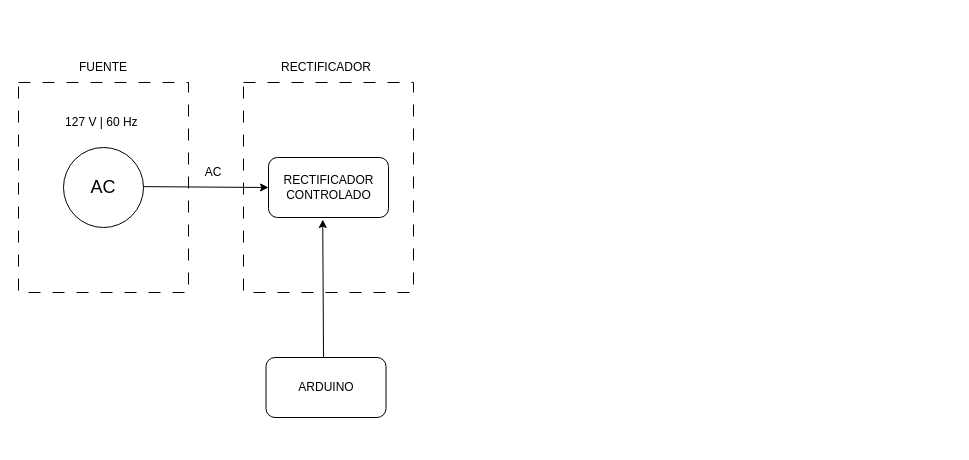
This is Diagrama sin título.drawio from PPcampt/Control-Rectifier, a draw.io file, before an edit. Source tidied: cells renumbered, new cells numbered last; positions are measured from the earlier drawing's top-left corner, leaving out a move shared by most shapes. Both pictures are drawn from the tidied source at 100%, with x=0, y=0 at pixel (18, 52).
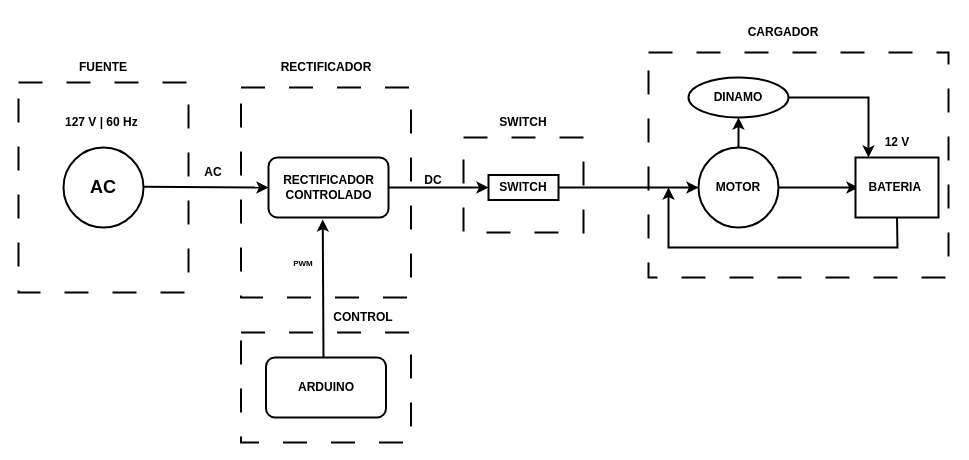
Above is the later version.

Commit message:
Block-diagramdrawio

Change to the diagram source:
```diff
@@
-    <mxCell id="2" style="rounded=0;whiteSpace=wrap;html=1;glass=0;fillColor=none;dashed=1;dashPattern=12 12;" parent="1" vertex="1">
+    <mxCell id="2" style="rounded=0;whiteSpace=wrap;html=1;glass=0;fillColor=none;dashed=1;dashPattern=12 12;fontStyle=1;strokeWidth=2;labelBackgroundColor=#FFFFFF;labelBorderColor=none;" parent="1" vertex="1">
       <mxGeometry y="30" width="170" height="210" as="geometry" />
     </mxCell>
-    <mxCell id="3" value="127 V | 60 Hz&amp;nbsp;" style="text;html=1;strokeColor=none;fillColor=none;align=center;verticalAlign=middle;whiteSpace=wrap;rounded=0;" parent="1" vertex="1">
-      <mxGeometry x="30" y="55" width="110" height="30" as="geometry" />
+    <mxCell id="3" value="12 V" style="text;html=1;strokeColor=none;fillColor=none;align=center;verticalAlign=middle;whiteSpace=wrap;rounded=0;fontStyle=1;strokeWidth=2;labelBackgroundColor=#FFFFFF;labelBorderColor=none;" parent="1" vertex="1">
+      <mxGeometry x="823.5" y="75" width="110" height="30" as="geometry" />
     </mxCell>
-    <mxCell id="4" style="ellipse;whiteSpace=wrap;html=1;" parent="1" vertex="1">
+    <mxCell id="4" style="ellipse;whiteSpace=wrap;html=1;fontStyle=1;strokeWidth=2;labelBackgroundColor=#FFFFFF;labelBorderColor=none;" parent="1" vertex="1">
       <mxGeometry x="45" y="95" width="80" height="80" as="geometry" />
     </mxCell>
-    <mxCell id="5" value="&lt;font style=&quot;font-size: 18px;&quot;&gt;AC&lt;/font&gt;" style="text;html=1;strokeColor=none;fillColor=none;align=center;verticalAlign=middle;whiteSpace=wrap;rounded=0;" parent="1" vertex="1">
+    <mxCell id="5" value="&lt;font style=&quot;font-size: 18px;&quot;&gt;AC&lt;/font&gt;" style="text;html=1;strokeColor=none;fillColor=none;align=center;verticalAlign=middle;whiteSpace=wrap;rounded=0;fontStyle=1;strokeWidth=2;labelBackgroundColor=#FFFFFF;labelBorderColor=none;" parent="1" vertex="1">
       <mxGeometry x="55" y="120" width="60" height="30" as="geometry" />
     </mxCell>
-    <mxCell id="6" value="FUENTE" style="text;html=1;strokeColor=none;fillColor=none;align=center;verticalAlign=middle;whiteSpace=wrap;rounded=0;" parent="1" vertex="1">
+    <mxCell id="6" value="&lt;span&gt;FUENTE&lt;/span&gt;" style="text;html=1;strokeColor=none;fillColor=none;align=center;verticalAlign=middle;whiteSpace=wrap;rounded=0;fontStyle=1;strokeWidth=2;labelBackgroundColor=#FFFFFF;labelBorderColor=none;" parent="1" vertex="1">
       <mxGeometry x="55" width="60" height="30" as="geometry" />
     </mxCell>
-    <mxCell id="7" style="rounded=0;whiteSpace=wrap;html=1;glass=0;fillColor=none;dashed=1;dashPattern=12 12;" parent="1" vertex="1">
-      <mxGeometry x="225" y="30" width="170" height="210" as="geometry" />
+    <mxCell id="7" style="rounded=0;whiteSpace=wrap;html=1;glass=0;fillColor=none;dashed=1;dashPattern=12 12;fontStyle=1;strokeWidth=2;labelBackgroundColor=#FFFFFF;labelBorderColor=none;" parent="1" vertex="1">
+      <mxGeometry x="222.5" y="280" width="170" height="110" as="geometry" />
     </mxCell>
-    <mxCell id="8" style="rounded=1;whiteSpace=wrap;html=1;" parent="1" vertex="1">
+    <mxCell id="8" style="rounded=1;whiteSpace=wrap;html=1;fontStyle=1;strokeWidth=2;labelBackgroundColor=#FFFFFF;labelBorderColor=none;" parent="1" vertex="1">
       <mxGeometry x="250" y="105" width="120" height="60" as="geometry" />
     </mxCell>
-    <mxCell id="9" value="RECTIFICADOR CONTROLADO" style="text;html=1;strokeColor=none;fillColor=none;align=center;verticalAlign=middle;whiteSpace=wrap;rounded=0;" parent="1" vertex="1">
+    <mxCell id="9" value="RECTIFICADOR CONTROLADO" style="text;html=1;strokeColor=none;fillColor=none;align=center;verticalAlign=middle;whiteSpace=wrap;rounded=0;fontStyle=1;strokeWidth=2;labelBackgroundColor=#FFFFFF;labelBorderColor=none;" parent="1" vertex="1">
       <mxGeometry x="277.5" y="120" width="65" height="30" as="geometry" />
     </mxCell>
-    <mxCell id="10" style="endArrow=classic;html=1;rounded=0;exitX=1.162;exitY=0.471;exitDx=0;exitDy=0;exitPerimeter=0;entryX=0;entryY=0.5;entryDx=0;entryDy=0;" parent="1" edge="1" source="5" target="8">
+    <mxCell id="10" style="endArrow=classic;html=1;rounded=0;exitX=1.162;exitY=0.471;exitDx=0;exitDy=0;exitPerimeter=0;entryX=0;entryY=0.5;entryDx=0;entryDy=0;fontStyle=1;strokeWidth=2;labelBackgroundColor=#FFFFFF;labelBorderColor=none;" parent="1" edge="1" source="5" target="8">
       <mxGeometry relative="1" as="geometry" />
     </mxCell>
-    <mxCell id="11" value="AC" style="text;html=1;strokeColor=none;fillColor=none;align=center;verticalAlign=middle;whiteSpace=wrap;rounded=0;" parent="1" vertex="1">
+    <mxCell id="11" value="AC" style="text;html=1;strokeColor=none;fillColor=none;align=center;verticalAlign=middle;whiteSpace=wrap;rounded=0;fontStyle=1;strokeWidth=2;labelBackgroundColor=#FFFFFF;labelBorderColor=none;" parent="1" vertex="1">
       <mxGeometry x="165" y="105" width="60" height="30" as="geometry" />
     </mxCell>
-    <mxCell id="12" value="RECTIFICADOR" style="text;html=1;strokeColor=none;fillColor=none;align=center;verticalAlign=middle;whiteSpace=wrap;rounded=0;" parent="1" vertex="1">
+    <mxCell id="12" value="RECTIFICADOR" style="text;html=1;strokeColor=none;fillColor=none;align=center;verticalAlign=middle;whiteSpace=wrap;rounded=0;fontStyle=1;strokeWidth=2;labelBackgroundColor=#FFFFFF;labelBorderColor=none;" parent="1" vertex="1">
       <mxGeometry x="277.5" width="60" height="30" as="geometry" />
     </mxCell>
-    <mxCell id="13" style="rounded=1;whiteSpace=wrap;html=1;" parent="1" vertex="1">
+    <mxCell id="13" style="rounded=1;whiteSpace=wrap;html=1;fontStyle=1;strokeWidth=2;labelBackgroundColor=#FFFFFF;labelBorderColor=none;" parent="1" vertex="1">
       <mxGeometry x="247.5" y="305" width="120" height="60" as="geometry" />
     </mxCell>
-    <mxCell id="14" value="ARDUINO" style="text;html=1;strokeColor=none;fillColor=none;align=center;verticalAlign=middle;whiteSpace=wrap;rounded=0;" parent="1" vertex="1">
+    <mxCell id="14" value="ARDUINO" style="text;html=1;strokeColor=none;fillColor=none;align=center;verticalAlign=middle;whiteSpace=wrap;rounded=0;fontStyle=1;strokeWidth=2;labelBackgroundColor=#FFFFFF;labelBorderColor=none;" parent="1" vertex="1">
       <mxGeometry x="277.5" y="320" width="60" height="30" as="geometry" />
     </mxCell>
-    <mxCell id="15" style="endArrow=classic;html=1;rounded=0;entryX=0.452;entryY=1.034;entryDx=0;entryDy=0;entryPerimeter=0;" parent="1" edge="1" target="8">
+    <mxCell id="15" style="endArrow=classic;html=1;rounded=0;entryX=0.452;entryY=1.034;entryDx=0;entryDy=0;entryPerimeter=0;fontStyle=1;strokeWidth=2;labelBackgroundColor=#FFFFFF;labelBorderColor=none;" parent="1" edge="1" target="8">
       <mxGeometry relative="1" as="geometry">
         <mxPoint x="305" y="305" as="sourcePoint" />
       </mxGeometry>
     </mxCell>
+    <mxCell id="16" value="&lt;font style=&quot;font-size: 8px;&quot;&gt;PWM&lt;/font&gt;" style="text;html=1;strokeColor=none;fillColor=none;align=center;verticalAlign=middle;whiteSpace=wrap;rounded=0;fontStyle=1;strokeWidth=2;labelBackgroundColor=#FFFFFF;labelBorderColor=none;" parent="1" vertex="1">
+      <mxGeometry x="255" y="195" width="60" height="30" as="geometry" />
+    </mxCell>
+    <mxCell id="17" style="rounded=0;whiteSpace=wrap;html=1;glass=0;fillColor=none;dashed=1;dashPattern=12 12;fontStyle=1;strokeWidth=2;labelBackgroundColor=#FFFFFF;labelBorderColor=none;" parent="1" vertex="1">
+      <mxGeometry x="222.5" y="35" width="170" height="210" as="geometry" />
+    </mxCell>
+    <mxCell id="18" value="CONTROL" style="text;html=1;strokeColor=none;fillColor=none;align=center;verticalAlign=middle;whiteSpace=wrap;rounded=0;fontStyle=1;strokeWidth=2;labelBackgroundColor=#FFFFFF;labelBorderColor=none;" parent="1" vertex="1">
+      <mxGeometry x="315" y="250" width="60" height="30" as="geometry" />
+    </mxCell>
+    <mxCell id="19" style="endArrow=classic;html=1;rounded=0;exitX=1;exitY=0.5;exitDx=0;exitDy=0;entryX=0;entryY=0.5;entryDx=0;entryDy=0;fontStyle=1;strokeWidth=2;labelBackgroundColor=#FFFFFF;labelBorderColor=none;" parent="1" edge="1" source="30" target="20">
+      <mxGeometry relative="1" as="geometry" />
+    </mxCell>
+    <mxCell id="20" value="MOTOR" style="ellipse;whiteSpace=wrap;html=1;fontStyle=1;strokeWidth=2;labelBackgroundColor=#FFFFFF;labelBorderColor=none;" parent="1" vertex="1">
+      <mxGeometry x="680" y="95" width="80" height="80" as="geometry" />
+    </mxCell>
+    <mxCell id="21" value="DC" style="text;html=1;strokeColor=none;fillColor=none;align=center;verticalAlign=middle;whiteSpace=wrap;rounded=0;fontStyle=1;strokeWidth=2;labelBackgroundColor=#FFFFFF;labelBorderColor=none;" parent="1" vertex="1">
+      <mxGeometry x="400" y="120" width="30" height="15" as="geometry" />
+    </mxCell>
+    <mxCell id="22" style="endArrow=classic;html=1;rounded=0;fontStyle=1;strokeWidth=2;labelBackgroundColor=#FFFFFF;labelBorderColor=none;" parent="1" edge="1">
+      <mxGeometry relative="1" as="geometry">
+        <mxPoint x="760" y="135" as="sourcePoint" />
+        <mxPoint x="840" y="135" as="targetPoint" />
+      </mxGeometry>
+    </mxCell>
+    <mxCell id="23" value="BATERIA&amp;nbsp;" style="rounded=0;whiteSpace=wrap;html=1;fontStyle=1;strokeWidth=2;labelBackgroundColor=#FFFFFF;labelBorderColor=none;" parent="1" vertex="1">
+      <mxGeometry x="837" y="105" width="83" height="60" as="geometry" />
+    </mxCell>
+    <mxCell id="24" value="&lt;span&gt;127 V | 60 Hz&amp;nbsp;&lt;/span&gt;" style="text;html=1;strokeColor=none;fillColor=none;align=center;verticalAlign=middle;whiteSpace=wrap;rounded=0;fontStyle=1;strokeWidth=2;labelBackgroundColor=#FFFFFF;labelBorderColor=none;" parent="1" vertex="1">
+      <mxGeometry x="30" y="55" width="110" height="30" as="geometry" />
+    </mxCell>
+    <mxCell id="25" style="endArrow=classic;html=1;rounded=0;exitX=0.5;exitY=1;exitDx=0;exitDy=0;fontStyle=1;strokeWidth=2;labelBackgroundColor=#FFFFFF;labelBorderColor=none;" parent="1" edge="1" source="23">
+      <mxGeometry relative="1" as="geometry">
+        <mxPoint x="650" y="135" as="targetPoint" />
+        <Array as="points">
+          <mxPoint x="879" y="195" />
+          <mxPoint x="650" y="195" />
+        </Array>
+      </mxGeometry>
+    </mxCell>
+    <mxCell id="26" value="DINAMO" style="ellipse;whiteSpace=wrap;html=1;fontStyle=1;strokeWidth=2;labelBackgroundColor=#FFFFFF;labelBorderColor=none;" parent="1" vertex="1">
+      <mxGeometry x="670" y="25" width="100" height="40" as="geometry" />
+    </mxCell>
+    <mxCell id="27" style="endArrow=classic;html=1;rounded=0;exitX=0.5;exitY=0;exitDx=0;exitDy=0;fontStyle=1;strokeWidth=2;labelBackgroundColor=#FFFFFF;labelBorderColor=none;" parent="1" edge="1" source="20">
+      <mxGeometry relative="1" as="geometry">
+        <mxPoint x="720" y="65" as="targetPoint" />
+      </mxGeometry>
+    </mxCell>
+    <mxCell id="28" style="endArrow=classic;html=1;rounded=0;exitX=1;exitY=0.5;exitDx=0;exitDy=0;fontStyle=1;strokeWidth=2;labelBackgroundColor=#FFFFFF;labelBorderColor=none;" parent="1" edge="1" source="26">
+      <mxGeometry relative="1" as="geometry">
+        <mxPoint x="850" y="105" as="targetPoint" />
+        <Array as="points">
+          <mxPoint x="850" y="45" />
+        </Array>
+      </mxGeometry>
+    </mxCell>
+    <mxCell id="29" style="endArrow=classic;html=1;rounded=0;exitX=1;exitY=0.5;exitDx=0;exitDy=0;fontStyle=1;strokeWidth=2;labelBackgroundColor=#FFFFFF;labelBorderColor=none;" parent="1" edge="1" source="8" target="30">
+      <mxGeometry relative="1" as="geometry" />
+    </mxCell>
+    <mxCell id="30" value="SWITCH" style="rounded=0;whiteSpace=wrap;html=1;fontStyle=1;strokeWidth=2;labelBackgroundColor=#FFFFFF;labelBorderColor=none;" parent="1" vertex="1">
+      <mxGeometry x="470" y="122.5" width="70" height="25" as="geometry" />
+    </mxCell>
+    <mxCell id="31" style="rounded=0;whiteSpace=wrap;html=1;glass=0;fillColor=none;dashed=1;dashPattern=12 12;fontStyle=1;strokeWidth=2;labelBackgroundColor=#FFFFFF;labelBorderColor=none;" parent="1" vertex="1">
+      <mxGeometry x="445" y="85" width="120" height="95" as="geometry" />
+    </mxCell>
+    <mxCell id="32" value="SWITCH" style="text;html=1;strokeColor=none;fillColor=none;align=center;verticalAlign=middle;whiteSpace=wrap;rounded=0;fontStyle=1;strokeWidth=2;labelBackgroundColor=#FFFFFF;labelBorderColor=none;" parent="1" vertex="1">
+      <mxGeometry x="475" y="55" width="60" height="30" as="geometry" />
+    </mxCell>
+    <mxCell id="33" style="rounded=0;whiteSpace=wrap;html=1;glass=0;fillColor=none;dashed=1;dashPattern=12 12;fontStyle=1;strokeWidth=2;labelBackgroundColor=#FFFFFF;labelBorderColor=none;" parent="1" vertex="1">
+      <mxGeometry x="630" width="300" height="225" as="geometry" />
+    </mxCell>
+    <mxCell id="34" value="CARGADOR" style="text;html=1;strokeColor=none;fillColor=none;align=center;verticalAlign=middle;whiteSpace=wrap;rounded=0;fontStyle=1;strokeWidth=2;labelBackgroundColor=#FFFFFF;labelBorderColor=none;" parent="1" vertex="1">
+      <mxGeometry x="710" y="-35" width="110" height="30" as="geometry" />
+    </mxCell>
```
